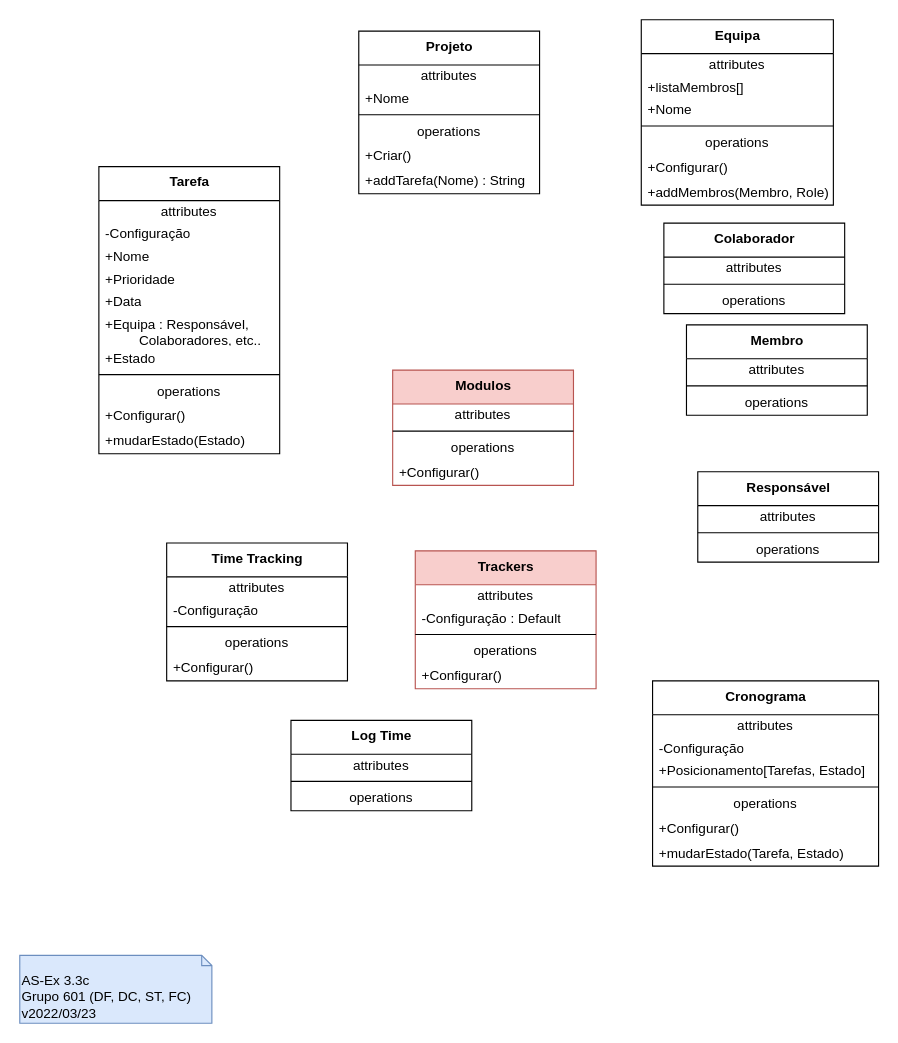
The draw.io diagram page "Page-3" (3 of 4) of P/P3/P3.drawio in DavidAraujo98/AS, before the edit. Source tidied: cells renumbered, new cells numbered last; positions are measured from the earlier drawing's top-left corner, leaving out a move shared by most shapes. Both pictures are drawn from the tidied source at 113%, with x=0, y=0 at pixel (19, 19).
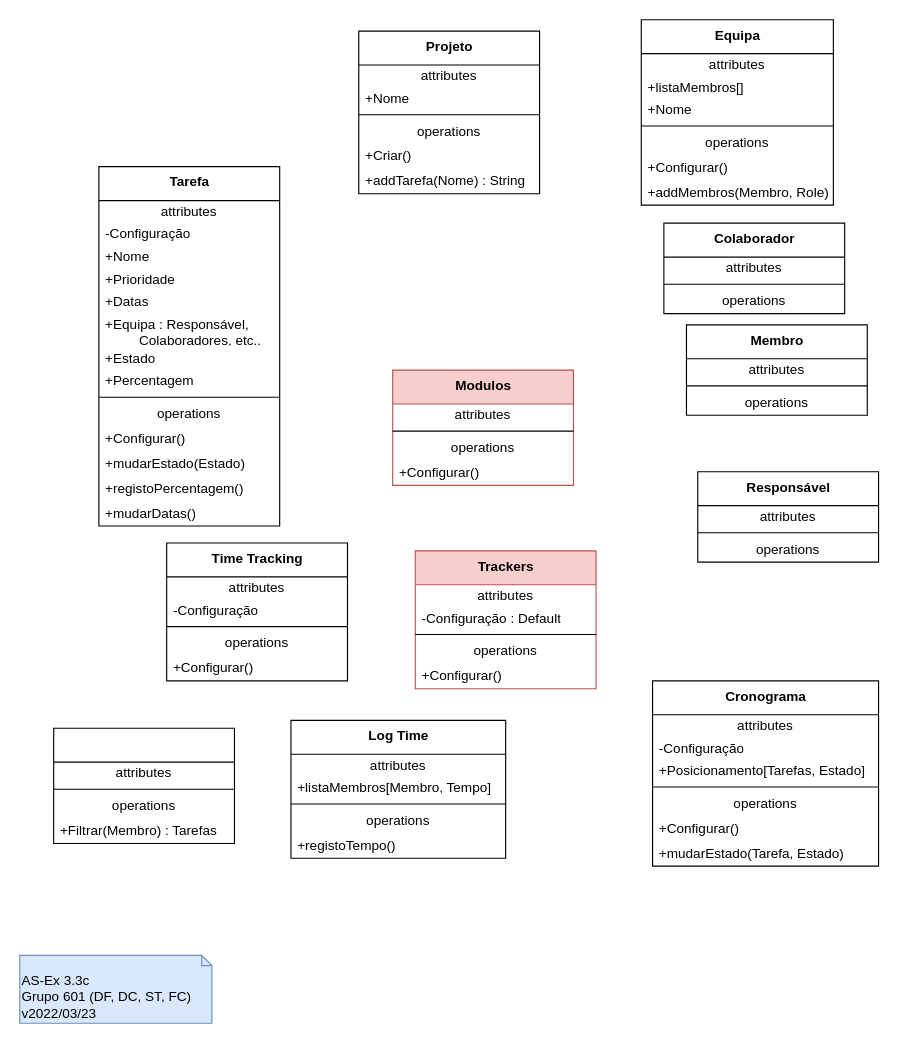
The same diagram, later.

What changed in the source:
```diff
@@
     <mxCell id="19" value="&lt;b&gt;Tarefa&lt;/b&gt;" style="swimlane;fontStyle=0;align=center;verticalAlign=top;horizontal=1;startSize=30;html=1;" parent="1" vertex="1">
-      <mxGeometry x="70" y="130" width="160" height="254" as="geometry" />
+      <mxGeometry x="70" y="130" width="160" height="318" as="geometry" />
     </mxCell>
@@
-    <mxCell id="24" value="+Data" style="text;html=1;strokeColor=none;fillColor=none;align=left;verticalAlign=middle;spacingLeft=4;spacingRight=4;overflow=hidden;" parent="19" vertex="1">
+    <mxCell id="24" value="+Datas" style="text;html=1;strokeColor=none;fillColor=none;align=left;verticalAlign=middle;spacingLeft=4;spacingRight=4;overflow=hidden;" parent="19" vertex="1">
       <mxGeometry y="110" width="160" height="20" as="geometry" />
     </mxCell>
@@
+    <mxCell id="71" value="+Percentagem" style="text;html=1;strokeColor=none;fillColor=none;align=left;verticalAlign=middle;spacingLeft=4;spacingRight=4;overflow=hidden;" parent="19" vertex="1">
+      <mxGeometry y="180" width="160" height="20" as="geometry" />
+    </mxCell>
     <mxCell id="27" style="line;strokeWidth=1;fillColor=none;align=left;verticalAlign=middle;spacingTop=-1;spacingLeft=3;spacingRight=3;labelPosition=right;" parent="19" vertex="1">
-      <mxGeometry y="180" width="160" height="8" as="geometry" />
+      <mxGeometry y="200" width="160" height="8" as="geometry" />
     </mxCell>
     <mxCell id="28" value="operations" style="text;html=1;strokeColor=none;fillColor=none;align=center;verticalAlign=middle;spacingLeft=4;spacingRight=4;overflow=hidden;" parent="19" vertex="1">
-      <mxGeometry y="188" width="160" height="22" as="geometry" />
+      <mxGeometry y="208" width="160" height="22" as="geometry" />
     </mxCell>
     <mxCell id="29" value="+Configurar()" style="text;html=1;strokeColor=none;fillColor=none;align=left;verticalAlign=middle;spacingLeft=4;spacingRight=4;overflow=hidden;" parent="19" vertex="1">
-      <mxGeometry y="210" width="160" height="22" as="geometry" />
+      <mxGeometry y="230" width="160" height="22" as="geometry" />
     </mxCell>
     <mxCell id="30" value="&lt;span&gt;+mudarEstado(Estado)&lt;/span&gt;" style="text;html=1;strokeColor=none;fillColor=none;align=left;verticalAlign=middle;spacingLeft=4;spacingRight=4;overflow=hidden;" parent="19" vertex="1">
-      <mxGeometry y="232" width="160" height="22" as="geometry" />
+      <mxGeometry y="252" width="160" height="22" as="geometry" />
     </mxCell>
+    <mxCell id="72" value="&lt;span&gt;+registoPercentagem()&lt;/span&gt;" style="text;html=1;strokeColor=none;fillColor=none;align=left;verticalAlign=middle;spacingLeft=4;spacingRight=4;overflow=hidden;" parent="19" vertex="1">
+      <mxGeometry y="274" width="160" height="22" as="geometry" />
+    </mxCell>
+    <mxCell id="73" value="&lt;span&gt;+mudarDatas()&lt;/span&gt;" style="text;html=1;strokeColor=none;fillColor=none;align=left;verticalAlign=middle;spacingLeft=4;spacingRight=4;overflow=hidden;" parent="19" vertex="1">
+      <mxGeometry y="296" width="160" height="22" as="geometry" />
+    </mxCell>
@@
     <mxCell id="56" value="&lt;b&gt;Log Time&lt;/b&gt;" style="swimlane;fontStyle=0;align=center;verticalAlign=top;horizontal=1;startSize=30;html=1;" parent="1" vertex="1">
-      <mxGeometry x="240" y="620" width="160" height="80" as="geometry" />
+      <mxGeometry x="240" y="620" width="190" height="122" as="geometry" />
     </mxCell>
     <mxCell id="57" value="attributes" style="text;html=1;strokeColor=none;fillColor=none;align=center;verticalAlign=middle;spacingLeft=4;spacingRight=4;overflow=hidden;" parent="56" vertex="1">
-      <mxGeometry y="30" width="160" height="20" as="geometry" />
+      <mxGeometry y="30" width="190" height="20" as="geometry" />
     </mxCell>
+    <mxCell id="74" value="+listaMembros[Membro, Tempo]" style="text;html=1;strokeColor=none;fillColor=none;align=left;verticalAlign=middle;spacingLeft=4;spacingRight=4;overflow=hidden;" parent="56" vertex="1">
+      <mxGeometry y="50" width="190" height="20" as="geometry" />
+    </mxCell>
     <mxCell id="58" style="line;strokeWidth=1;fillColor=none;align=left;verticalAlign=middle;spacingTop=-1;spacingLeft=3;spacingRight=3;labelPosition=right;" parent="56" vertex="1">
-      <mxGeometry y="50" width="160" height="8" as="geometry" />
+      <mxGeometry y="70" width="190" height="8" as="geometry" />
     </mxCell>
     <mxCell id="59" value="operations" style="text;html=1;strokeColor=none;fillColor=none;align=center;verticalAlign=middle;spacingLeft=4;spacingRight=4;overflow=hidden;" parent="56" vertex="1">
-      <mxGeometry y="58" width="160" height="22" as="geometry" />
+      <mxGeometry y="78" width="190" height="22" as="geometry" />
     </mxCell>
+    <mxCell id="75" value="&lt;span&gt;+registoTempo()&lt;/span&gt;" style="text;html=1;strokeColor=none;fillColor=none;align=left;verticalAlign=middle;spacingLeft=4;spacingRight=4;overflow=hidden;" parent="56" vertex="1">
+      <mxGeometry y="100" width="190" height="22" as="geometry" />
+    </mxCell>
@@
+    <mxCell id="76" style="swimlane;fontStyle=0;align=center;verticalAlign=top;horizontal=1;startSize=30;html=1;" parent="1" vertex="1">
+      <mxGeometry x="30" y="627" width="160" height="102" as="geometry" />
+    </mxCell>
+    <mxCell id="77" value="attributes" style="text;html=1;strokeColor=none;fillColor=none;align=center;verticalAlign=middle;spacingLeft=4;spacingRight=4;overflow=hidden;" parent="76" vertex="1">
+      <mxGeometry y="30" width="160" height="20" as="geometry" />
+    </mxCell>
+    <mxCell id="78" style="line;strokeWidth=1;fillColor=none;align=left;verticalAlign=middle;spacingTop=-1;spacingLeft=3;spacingRight=3;labelPosition=right;" parent="76" vertex="1">
+      <mxGeometry y="50" width="160" height="8" as="geometry" />
+    </mxCell>
+    <mxCell id="79" value="operations" style="text;html=1;strokeColor=none;fillColor=none;align=center;verticalAlign=middle;spacingLeft=4;spacingRight=4;overflow=hidden;" parent="76" vertex="1">
+      <mxGeometry y="58" width="160" height="22" as="geometry" />
+    </mxCell>
+    <mxCell id="80" value="+Filtrar(Membro) : Tarefas" style="text;html=1;strokeColor=none;fillColor=none;align=left;verticalAlign=middle;spacingLeft=4;spacingRight=4;overflow=hidden;" parent="76" vertex="1">
+      <mxGeometry y="80" width="160" height="22" as="geometry" />
+    </mxCell>
```
